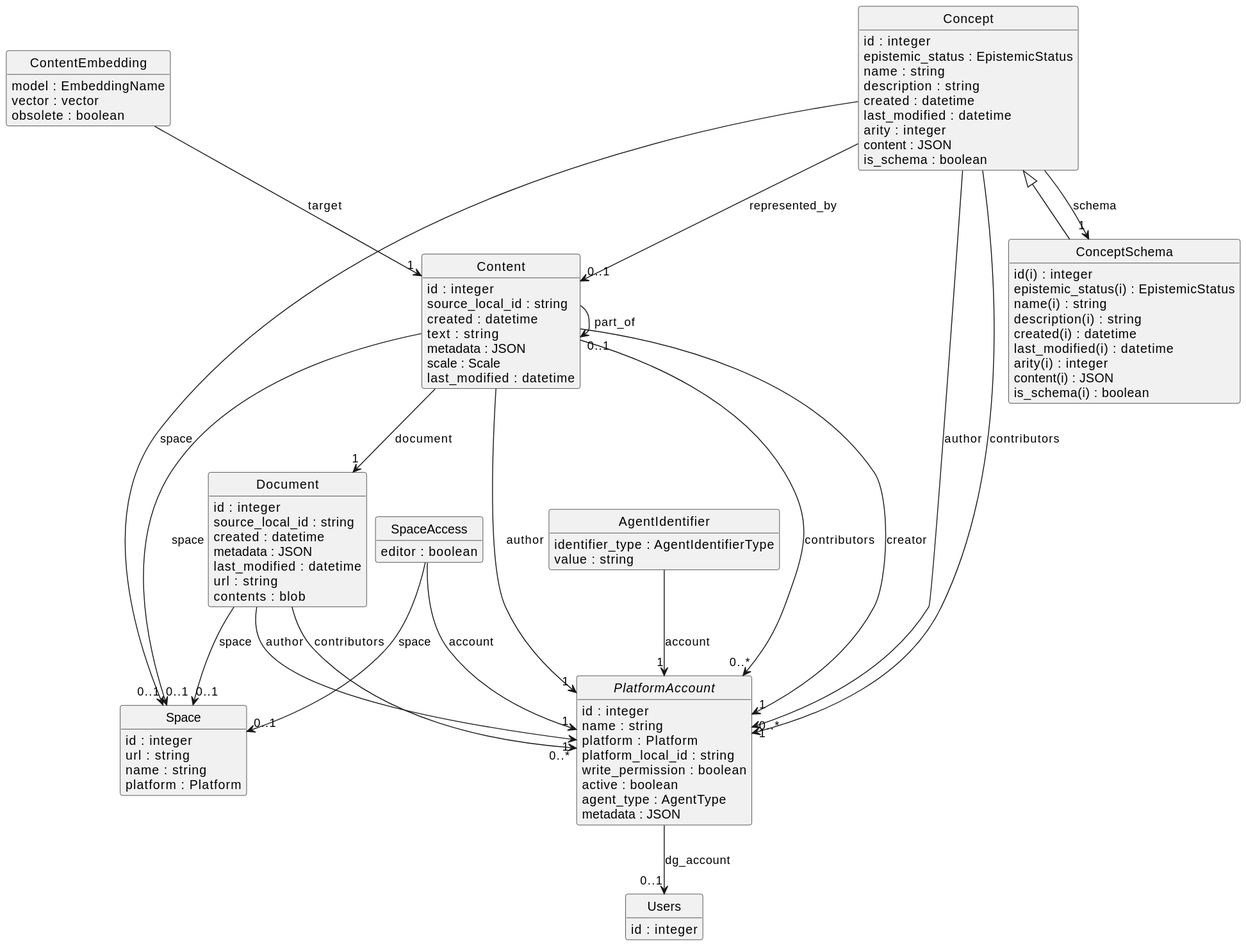
Before: packages/database/schema.svg, a diagram exported from PlantUML (DiscourseGraphs/discourse-graph).
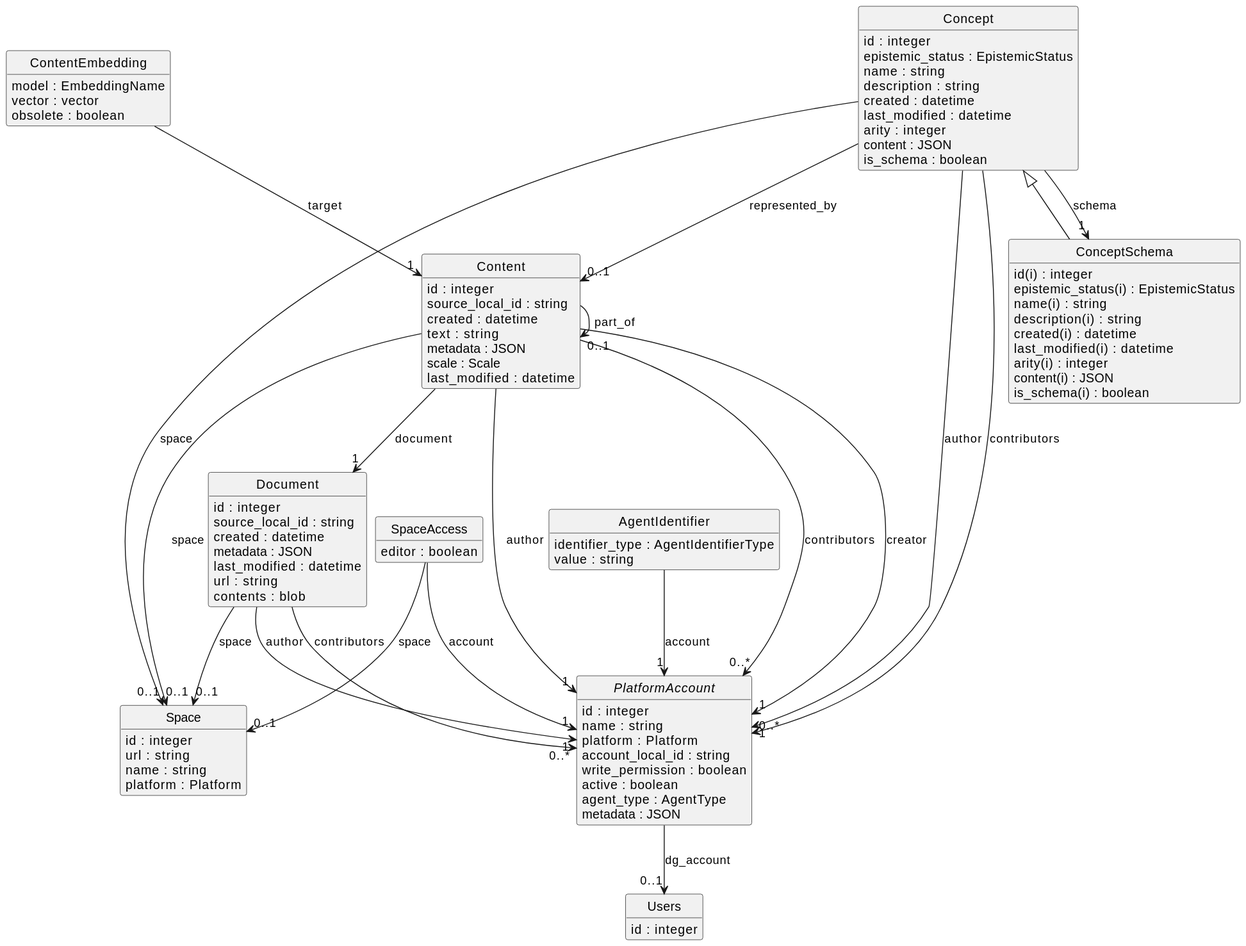
After the commit.

What changed in the source:
```diff
@@ -6,7 +6,7 @@
     {field} id : integer
     {field} name : string
     {field} platform : Platform
-    {field} platform_local_id : string
+    {field} account_local_id : string
     {field} write_permission : boolean
     {field} active : boolean
     {field} agent_type : AgentType
```
